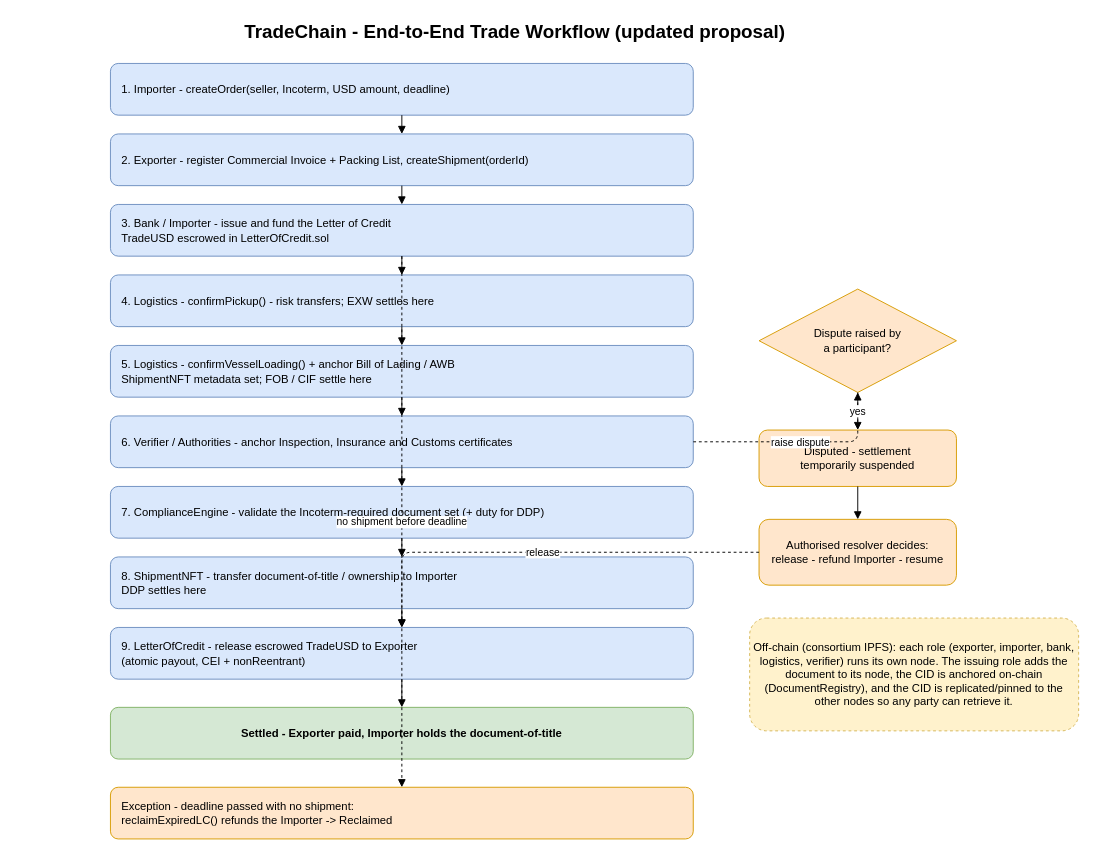
Above: page "Workflow" (2 of 2) of docs/diagrams/TradeChain.drawio in hoi88ki/CSIT5760-Individual-Project (draw.io), before the change. Source tidied: cells renumbered, new cells numbered last; positions are measured from the earlier drawing's top-left corner, leaving out a move shared by most shapes. Both pictures are drawn from the tidied source at 94%, with x=0, y=0 at pixel (16, 16).
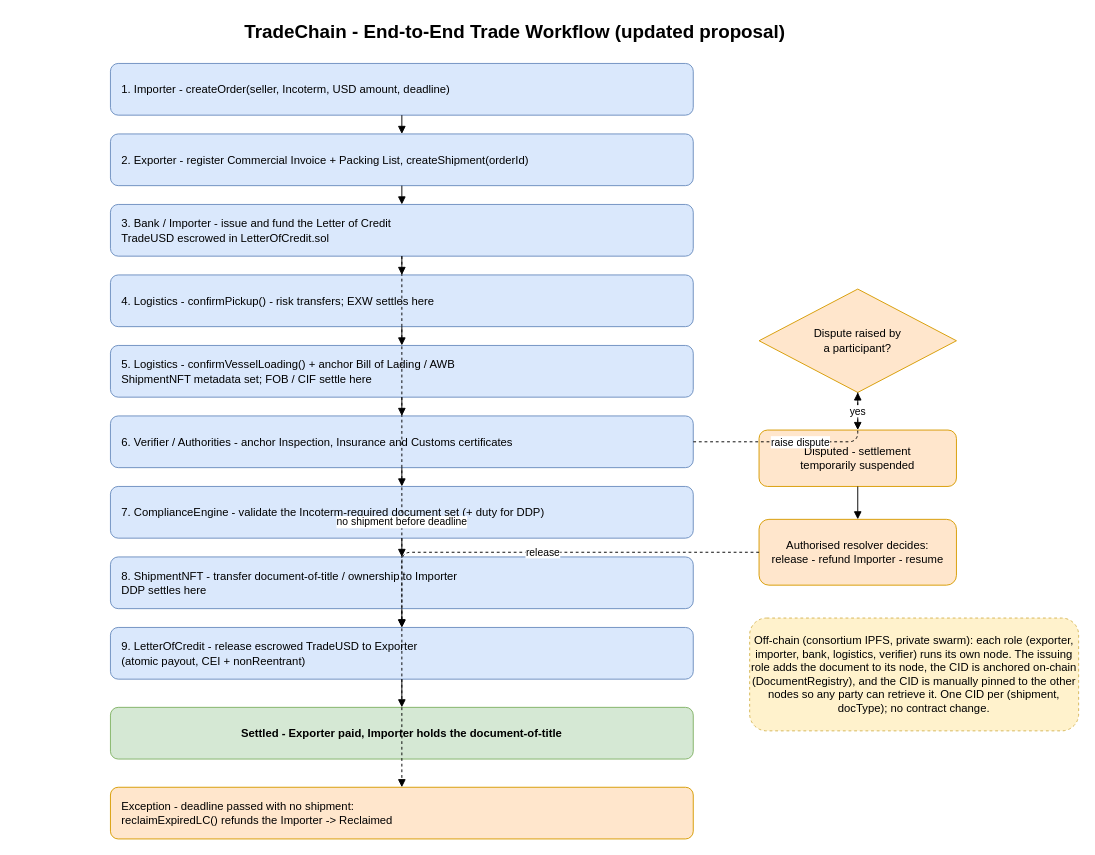
The same diagram, later.

Commit message (it also covers changes not shown here):
feat(ipfs): private-swarm + manual-pin tooling; lift branch coverage to 92.6%

Diff of the diagram source:
```diff
@@
-    <mxCell id="31" value="Off-chain (consortium IPFS): each role (exporter, importer, bank, logistics, verifier) runs its own node. The issuing role adds the document to its node, the CID is anchored on-chain (DocumentRegistry), and the CID is replicated/pinned to the other nodes so any party can retrieve it." style="rounded=1;whiteSpace=wrap;html=1;fillColor=#fff2cc;strokeColor=#d6b656;dashed=1;" parent="1" vertex="1">
+    <mxCell id="31" value="Off-chain (consortium IPFS, private swarm): each role (exporter, importer, bank, logistics, verifier) runs its own node. The issuing role adds the document to its node, the CID is anchored on-chain (DocumentRegistry), and the CID is manually pinned to the other nodes so any party can retrieve it. One CID per (shipment, docType); no contract change." style="rounded=1;whiteSpace=wrap;html=1;fillColor=#fff2cc;strokeColor=#d6b656;dashed=1;" parent="1" vertex="1">
       <mxGeometry x="780" y="640" width="350" height="120" as="geometry" />
     </mxCell>
```
